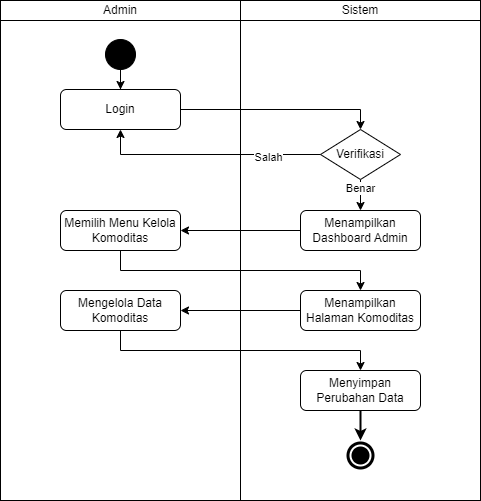
The draw.io diagram docs/activity-diagram/commodities/table-commodities.drawio.png in mitra-agro-usaha-perkebunan/maup-app-docs, before a commit. Source tidied: cells renumbered, new cells last; positions are measured from the earlier drawing's top-left corner, leaving out a move shared by most shapes.
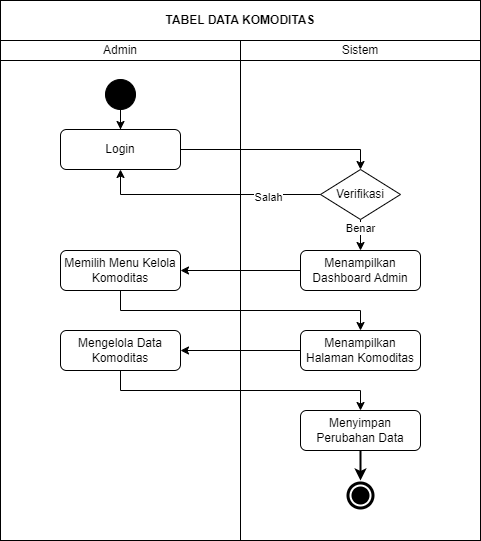
The same file after the commit.

Diff of the diagram source:
```diff
@@ -97,5 +97,8 @@
     <mxCell id="25" value="Salah" style="edgeLabel;html=1;align=center;verticalAlign=middle;" parent="24" vertex="1">
       <mxGeometry x="-0.53" y="2" relative="1" as="geometry" />
     </mxCell>
+    <mxCell id="26" value="&lt;b&gt;TABEL DATA KOMODITAS&lt;/b&gt;" style="rounded=0;whiteSpace=wrap;html=1;" parent="1" vertex="1">
+      <mxGeometry y="-40" width="480" height="40" as="geometry" />
+    </mxCell>
   </root>
 </mxGraphModel>
```
